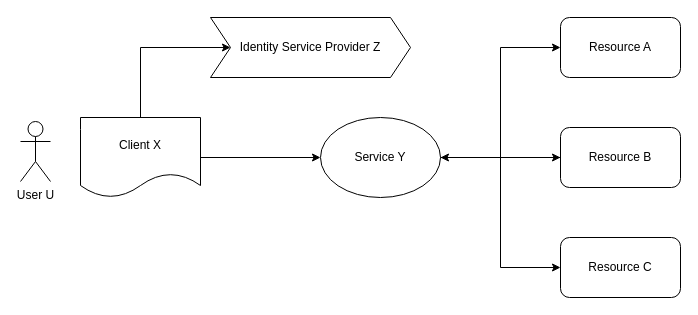
This is page "Page-1" (1 of 4) of overleggen/Werkgroep API design rules/orkestratie/orkestratie.drawio from Geonovum/KP-APIs, a draw.io file, before an edit. Source tidied: cells renumbered, new cells numbered last; positions are measured from the earlier drawing's top-left corner, leaving out a move shared by most shapes. Both pictures are drawn from the tidied source at 100%, with x=0, y=0 at pixel (20, 17).
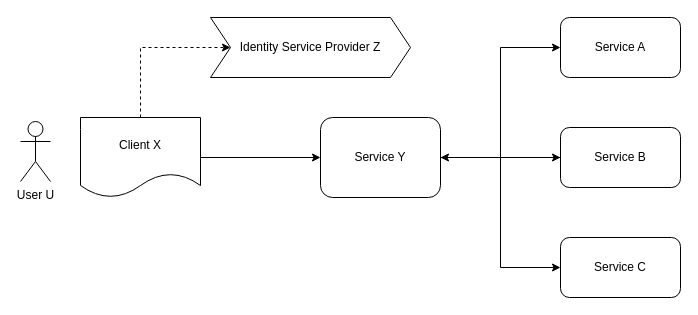
The same page after the edit.

Diff of the diagram source:
```diff
@@
 <mxGraphModel>
   <root>
     <mxCell id="0" />
     <mxCell id="1" parent="0" />
     <mxCell id="2" style="edgeStyle=orthogonalEdgeStyle;rounded=0;jettySize=auto;html=1;entryX=0;entryY=0.5;entryDx=0;entryDy=0;" parent="1" edge="1" source="5" target="9">
       <mxGeometry relative="1" as="geometry" />
     </mxCell>
     <mxCell id="3" style="edgeStyle=orthogonalEdgeStyle;rounded=0;jettySize=auto;html=1;entryX=0;entryY=0.5;entryDx=0;entryDy=0;" parent="1" edge="1" source="5" target="12">
       <mxGeometry relative="1" as="geometry" />
     </mxCell>
     <mxCell id="4" style="edgeStyle=orthogonalEdgeStyle;rounded=0;jettySize=auto;html=1;entryX=0;entryY=0.5;entryDx=0;entryDy=0;" parent="1" edge="1" source="5" target="11">
       <mxGeometry relative="1" as="geometry" />
     </mxCell>
-    <mxCell id="5" value="Service Y" style="ellipse;whiteSpace=wrap;html=1;" parent="1" vertex="1">
+    <mxCell id="5" value="Service Y" style="rounded=1;whiteSpace=wrap;html=1;" parent="1" vertex="1">
       <mxGeometry x="300" y="100" width="120" height="80" as="geometry" />
     </mxCell>
     <mxCell id="6" style="edgeStyle=orthogonalEdgeStyle;rounded=0;jettySize=auto;html=1;entryX=0;entryY=0.5;entryDx=0;entryDy=0;" parent="1" edge="1" source="8" target="5">
       <mxGeometry relative="1" as="geometry" />
     </mxCell>
-    <mxCell id="7" style="edgeStyle=orthogonalEdgeStyle;rounded=0;jettySize=auto;html=1;entryX=0;entryY=0.5;entryDx=0;entryDy=0;" parent="1" edge="1" source="8" target="13">
+    <mxCell id="7" style="edgeStyle=orthogonalEdgeStyle;rounded=0;jettySize=auto;html=1;entryX=0;entryY=0.5;entryDx=0;entryDy=0;dashed=1;" parent="1" edge="1" source="8" target="13">
       <mxGeometry relative="1" as="geometry">
         <Array as="points">
           <mxPoint x="120" y="30" />
         </Array>
       </mxGeometry>
     </mxCell>
     <mxCell id="8" value="Client X" style="shape=document;whiteSpace=wrap;html=1;boundedLbl=1;" parent="1" vertex="1">
       <mxGeometry x="60" y="100" width="120" height="80" as="geometry" />
     </mxCell>
-    <mxCell id="9" value="Resource A" style="rounded=1;whiteSpace=wrap;html=1;" parent="1" vertex="1">
+    <mxCell id="9" value="Service A" style="rounded=1;whiteSpace=wrap;html=1;" parent="1" vertex="1">
       <mxGeometry x="540" width="120" height="60" as="geometry" />
     </mxCell>
     <mxCell id="10" style="edgeStyle=orthogonalEdgeStyle;rounded=0;jettySize=auto;html=1;entryX=1;entryY=0.5;entryDx=0;entryDy=0;" parent="1" edge="1" source="11" target="5">
       <mxGeometry relative="1" as="geometry" />
     </mxCell>
-    <mxCell id="11" value="Resource B" style="rounded=1;whiteSpace=wrap;html=1;" parent="1" vertex="1">
+    <mxCell id="11" value="Service B" style="rounded=1;whiteSpace=wrap;html=1;" parent="1" vertex="1">
       <mxGeometry x="540" y="110" width="120" height="60" as="geometry" />
     </mxCell>
-    <mxCell id="12" value="Resource C" style="rounded=1;whiteSpace=wrap;html=1;" parent="1" vertex="1">
+    <mxCell id="12" value="Service C" style="rounded=1;whiteSpace=wrap;html=1;" parent="1" vertex="1">
       <mxGeometry x="540" y="220" width="120" height="60" as="geometry" />
     </mxCell>
     <mxCell id="13" value="Identity Service Provider Z" style="shape=step;perimeter=stepPerimeter;whiteSpace=wrap;html=1;fixedSize=1;" parent="1" vertex="1">
       <mxGeometry x="190" width="200" height="60" as="geometry" />
     </mxCell>
     <mxCell id="14" value="User U" style="shape=umlActor;verticalLabelPosition=bottom;verticalAlign=top;html=1;" parent="1" vertex="1">
       <mxGeometry y="104" width="30" height="60" as="geometry" />
     </mxCell>
   </root>
 </mxGraphModel>
```
